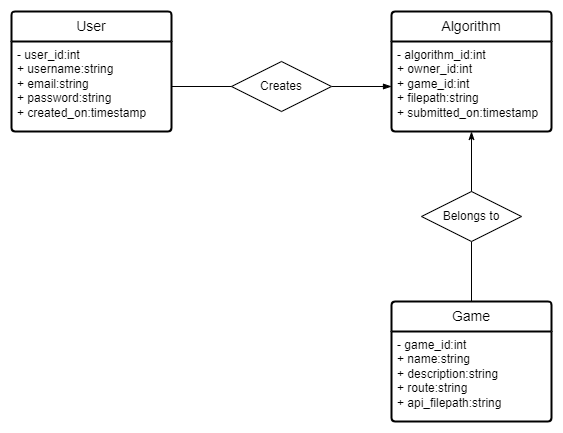
Above: wiki/assets/IntelliMates_ER.drawio.png in ArrobaRicardoGE/IntelliMates (draw.io), before the change. Source tidied: cells renumbered, new cells last; positions are measured from the earlier drawing's top-left corner, leaving out a move shared by most shapes. The source it was exported from:
```xml
<mxGraphModel>
  <root>
    <mxCell id="0" />
    <mxCell id="1" parent="0" />
    <mxCell id="2" value="User" style="swimlane;horizontal=1;startSize=30;rounded=1;fontSize=14;fontStyle=0;strokeWidth=2;shadow=0;dashed=0;align=center;arcSize=4;whiteSpace=wrap;html=1;" parent="1" vertex="1">
      <mxGeometry width="160" height="120" as="geometry" />
    </mxCell>
    <mxCell id="3" value="- user_id:int&lt;br&gt;+ username:string&lt;br&gt;+ email:string&lt;br&gt;+ password:string&lt;br&gt;+ created_on:timestamp" style="align=left;strokeColor=none;fillColor=none;spacingLeft=4;fontSize=12;verticalAlign=top;html=1;" parent="2" vertex="1">
      <mxGeometry y="30" width="160" height="90" as="geometry" />
    </mxCell>
    <mxCell id="4" value="Algorithm" style="swimlane;horizontal=1;startSize=30;rounded=1;fontSize=14;fontStyle=0;strokeWidth=2;shadow=0;dashed=0;align=center;arcSize=4;whiteSpace=wrap;html=1;" parent="1" vertex="1">
      <mxGeometry x="380" width="160" height="120" as="geometry" />
    </mxCell>
    <mxCell id="5" value="- algorithm_id:int&lt;br&gt;+ owner_id:int&lt;br&gt;+ game_id:int&lt;br&gt;+ filepath:string&lt;br&gt;+ submitted_on:timestamp" style="align=left;strokeColor=none;fillColor=none;spacingLeft=4;fontSize=12;verticalAlign=top;html=1;" parent="4" vertex="1">
      <mxGeometry y="30" width="160" height="90" as="geometry" />
    </mxCell>
    <mxCell id="6" value="Game" style="swimlane;horizontal=1;startSize=30;rounded=1;fontSize=14;fontStyle=0;strokeWidth=2;shadow=0;dashed=0;align=center;arcSize=4;whiteSpace=wrap;html=1;" parent="1" vertex="1">
      <mxGeometry x="380" y="290" width="160" height="120" as="geometry" />
    </mxCell>
    <mxCell id="7" value="- game_id:int&lt;br&gt;+ name:string&lt;br&gt;+ description:string&lt;br&gt;+ route:string&lt;br&gt;+ api_filepath:string" style="align=left;strokeColor=none;fillColor=none;spacingLeft=4;fontSize=12;verticalAlign=top;html=1;" parent="6" vertex="1">
      <mxGeometry y="30" width="160" height="90" as="geometry" />
    </mxCell>
    <mxCell id="8" style="edgeStyle=orthogonalEdgeStyle;rounded=0;jettySize=auto;html=1;entryX=0;entryY=0.5;entryDx=0;entryDy=0;endArrow=blockThin;endFill=1;" parent="1" edge="1" source="9" target="5">
      <mxGeometry relative="1" as="geometry" />
    </mxCell>
    <mxCell id="9" value="Creates" style="shape=rhombus;html=1;dashed=0;whiteSpace=wrap;perimeter=rhombusPerimeter;" parent="1" vertex="1">
      <mxGeometry x="220" y="50" width="100" height="50" as="geometry" />
    </mxCell>
    <mxCell id="10" style="edgeStyle=orthogonalEdgeStyle;rounded=0;jettySize=auto;html=1;entryX=0;entryY=0.5;entryDx=0;entryDy=0;endArrow=none;endFill=0;" parent="1" edge="1" source="3" target="9">
      <mxGeometry relative="1" as="geometry" />
    </mxCell>
    <mxCell id="11" style="edgeStyle=orthogonalEdgeStyle;rounded=0;jettySize=auto;html=1;entryX=0.5;entryY=0;entryDx=0;entryDy=0;endArrow=none;endFill=0;" parent="1" edge="1" source="12" target="6">
      <mxGeometry relative="1" as="geometry" />
    </mxCell>
    <mxCell id="12" value="Belongs to" style="shape=rhombus;html=1;dashed=0;whiteSpace=wrap;perimeter=rhombusPerimeter;" parent="1" vertex="1">
      <mxGeometry x="410" y="180" width="100" height="50" as="geometry" />
    </mxCell>
    <mxCell id="13" style="edgeStyle=orthogonalEdgeStyle;rounded=0;jettySize=auto;html=1;entryX=0.5;entryY=0;entryDx=0;entryDy=0;endArrow=none;endFill=0;startArrow=classicThin;startFill=1;" parent="1" edge="1" source="5" target="12">
      <mxGeometry relative="1" as="geometry" />
    </mxCell>
  </root>
</mxGraphModel>
```
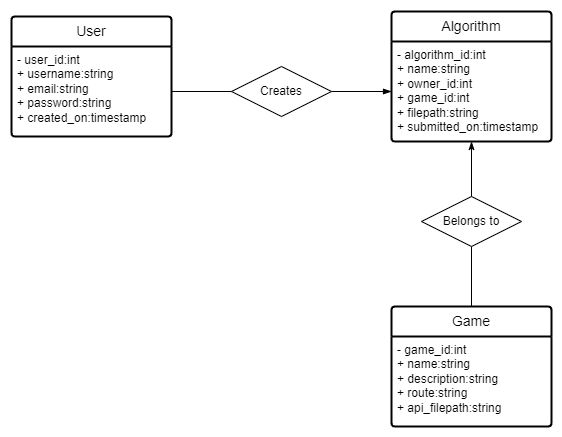
The same file after the commit.

Commit message:
[Docs] Actualizar wiki para incluir setup de base de datos

What changed in the source:
```diff
@@ -9,10 +9,10 @@
       <mxGeometry y="30" width="160" height="90" as="geometry" />
     </mxCell>
     <mxCell id="4" value="Algorithm" style="swimlane;horizontal=1;startSize=30;rounded=1;fontSize=14;fontStyle=0;strokeWidth=2;shadow=0;dashed=0;align=center;arcSize=4;whiteSpace=wrap;html=1;" parent="1" vertex="1">
-      <mxGeometry x="380" width="160" height="120" as="geometry" />
+      <mxGeometry x="380" y="-5" width="160" height="130" as="geometry" />
     </mxCell>
-    <mxCell id="5" value="- algorithm_id:int&lt;br&gt;+ owner_id:int&lt;br&gt;+ game_id:int&lt;br&gt;+ filepath:string&lt;br&gt;+ submitted_on:timestamp" style="align=left;strokeColor=none;fillColor=none;spacingLeft=4;fontSize=12;verticalAlign=top;html=1;" parent="4" vertex="1">
-      <mxGeometry y="30" width="160" height="90" as="geometry" />
+    <mxCell id="5" value="- algorithm_id:int&lt;br&gt;+ name:string&lt;br&gt;+ owner_id:int&lt;br&gt;+ game_id:int&lt;br&gt;+ filepath:string&lt;br&gt;+ submitted_on:timestamp" style="align=left;strokeColor=none;fillColor=none;spacingLeft=4;fontSize=12;verticalAlign=top;html=1;" parent="4" vertex="1">
+      <mxGeometry y="30" width="160" height="100" as="geometry" />
     </mxCell>
     <mxCell id="6" value="Game" style="swimlane;horizontal=1;startSize=30;rounded=1;fontSize=14;fontStyle=0;strokeWidth=2;shadow=0;dashed=0;align=center;arcSize=4;whiteSpace=wrap;html=1;" parent="1" vertex="1">
       <mxGeometry x="380" y="290" width="160" height="120" as="geometry" />
```
